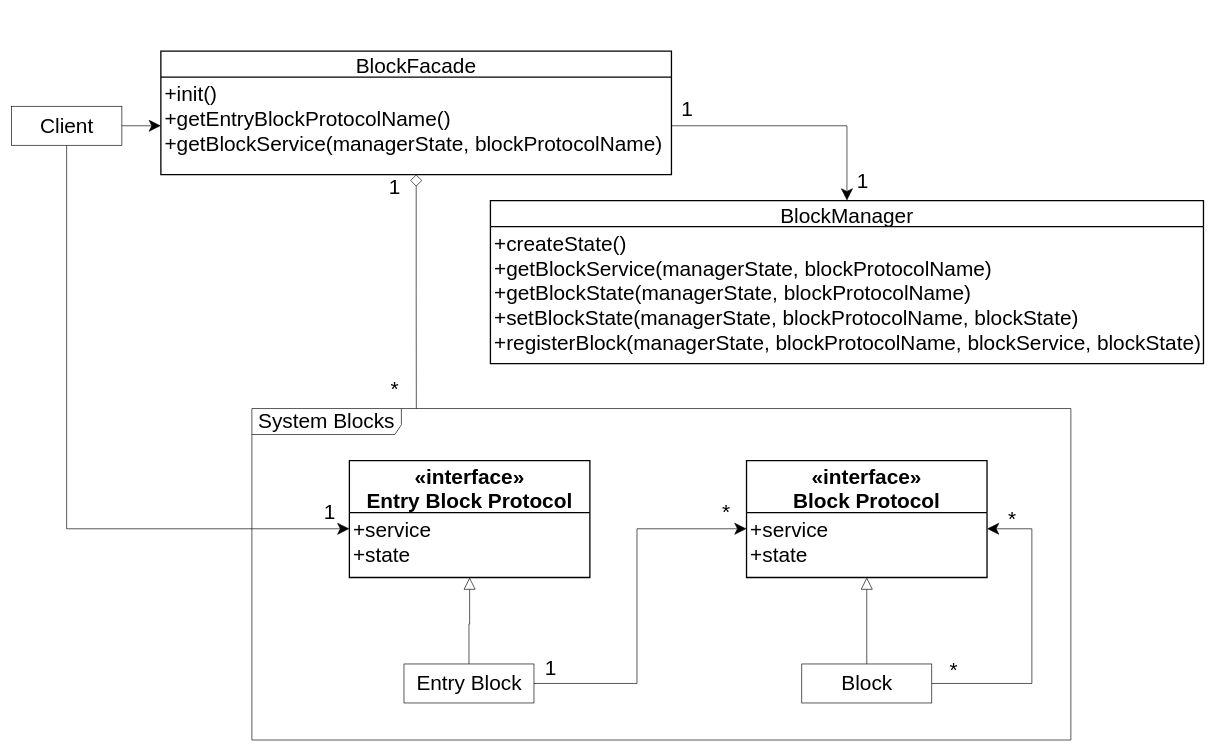
The draw.io diagram packages/积木模式/role_abstract/UML.drawio in yyc-git/3DProgramPattern, before the edit. Source tidied: cells renumbered, new cells numbered last; positions are measured from the earlier drawing's top-left corner, leaving out a move shared by most shapes. Both pictures are drawn from the tidied source at 65%, with x=0, y=0 at pixel (11, 51).
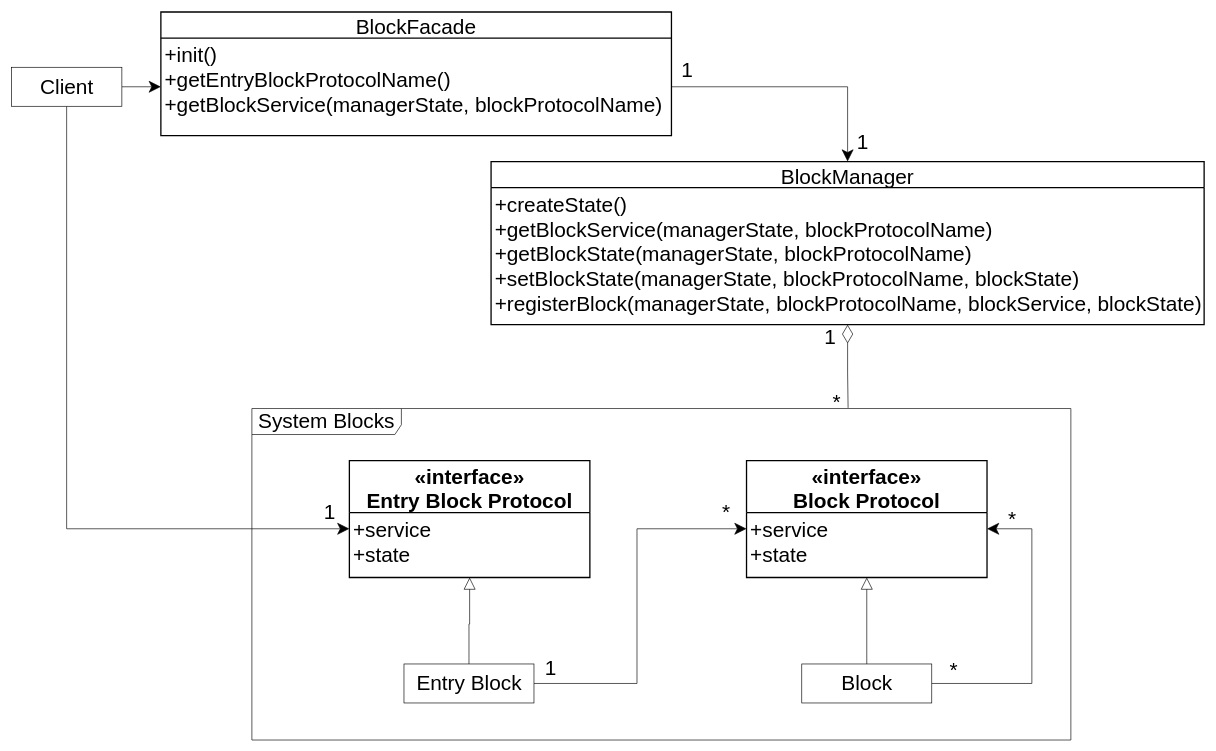
The same page after the edit.

The change refers to these unchanged cells:
```xml
<mxCell id="2" value="&lt;font style=&quot;font-size: 32px&quot;&gt;System Blocks&lt;/font&gt;" style="shape=umlFrame;whiteSpace=wrap;html=1;width=230;height=40;fontSize=32;" parent="1" vertex="1">
  <mxGeometry x="370" y="550" width="1260" height="510" as="geometry" />
</mxCell>
<mxCell id="10" value="+createState()&#10;+getBlockService(managerState, blockProtocolName)&#10;+getBlockState(managerState, blockProtocolName)&#10;+setBlockState(managerState, blockProtocolName, blockState)&#10;+registerBlock(managerState, blockProtocolName, blockService, blockState)" style="align=left;strokeColor=none;fillColor=none;spacingLeft=4;fontSize=32;verticalAlign=top;" parent="9" vertex="1">
  <mxGeometry y="40" width="1097" height="211" as="geometry" />
</mxCell>
<mxCell id="20" value="+init()&#10;+getEntryBlockProtocolName()&#10;+getBlockService(managerState, blockProtocolName)&#10;" style="align=left;strokeColor=none;fillColor=none;spacingLeft=4;fontSize=32;verticalAlign=top;" parent="19" vertex="1">
  <mxGeometry y="40" width="785.5" height="150" as="geometry" />
</mxCell>
```

The edit, as a diff of the source:
```diff
@@
     <mxCell id="5" value="Client" style="html=1;fontSize=32;" parent="1" vertex="1">
-      <mxGeometry y="85" width="170" height="60" as="geometry" />
+      <mxGeometry y="25" width="170" height="60" as="geometry" />
     </mxCell>
@@
     <mxCell id="9" value="BlockManager" style="swimlane;horizontal=1;startSize=40;rounded=0;fontSize=32;fontStyle=0;strokeWidth=2;shadow=0;dashed=0;align=center;" parent="1" vertex="1">
-      <mxGeometry x="737" y="230" width="1097" height="251" as="geometry" />
+      <mxGeometry x="738" y="170" width="1097" height="251" as="geometry" />
     </mxCell>
@@
     <mxCell id="19" value="BlockFacade" style="swimlane;horizontal=1;startSize=40;rounded=0;fontSize=32;fontStyle=0;strokeWidth=2;shadow=0;dashed=0;align=center;" parent="1" vertex="1">
-      <mxGeometry x="230" width="785.5" height="190" as="geometry" />
+      <mxGeometry x="230" y="-60" width="785.5" height="190" as="geometry" />
     </mxCell>
@@
-    <mxCell id="21" style="edgeStyle=orthogonalEdgeStyle;rounded=0;jettySize=auto;html=1;endSize=26;startSize=16;endArrow=none;endFill=0;startArrow=diamond;startFill=0;" parent="1" edge="1" source="20">
-      <mxGeometry relative="1" as="geometry">
-        <mxPoint x="623" y="550" as="targetPoint" />
-      </mxGeometry>
+    <mxCell id="21" style="edgeStyle=orthogonalEdgeStyle;rounded=0;jettySize=auto;html=1;endSize=26;startSize=26;endArrow=none;endFill=0;startArrow=diamondThin;startFill=0;exitX=0.5;exitY=1;exitDx=0;exitDy=0;entryX=0.728;entryY=-0.002;entryDx=0;entryDy=0;entryPerimeter=0;" parent="1" edge="1" source="10" target="2">
+      <mxGeometry relative="1" as="geometry" />
     </mxCell>
     <mxCell id="22" value="&lt;font style=&quot;font-size: 32px&quot;&gt;1&lt;/font&gt;" style="text;html=1;strokeColor=none;fillColor=none;align=center;verticalAlign=middle;whiteSpace=wrap;rounded=0;" parent="1" vertex="1">
-      <mxGeometry x="570" y="200" width="40" height="20" as="geometry" />
+      <mxGeometry x="1240" y="430" width="40" height="20" as="geometry" />
     </mxCell>
     <mxCell id="23" value="&lt;font style=&quot;font-size: 32px&quot;&gt;*&lt;/font&gt;" style="text;html=1;strokeColor=none;fillColor=none;align=center;verticalAlign=middle;whiteSpace=wrap;rounded=0;" parent="1" vertex="1">
-      <mxGeometry x="570" y="510" width="40" height="20" as="geometry" />
+      <mxGeometry x="1250" y="530" width="40" height="20" as="geometry" />
     </mxCell>
     <mxCell id="24" value="&lt;font style=&quot;font-size: 32px&quot;&gt;1&lt;/font&gt;" style="text;html=1;strokeColor=none;fillColor=none;align=center;verticalAlign=middle;whiteSpace=wrap;rounded=0;" parent="1" vertex="1">
-      <mxGeometry x="1020" y="80" width="40" height="20" as="geometry" />
+      <mxGeometry x="1020" y="20" width="40" height="20" as="geometry" />
     </mxCell>
     <mxCell id="25" value="&lt;font style=&quot;font-size: 32px&quot;&gt;1&lt;/font&gt;" style="text;html=1;strokeColor=none;fillColor=none;align=center;verticalAlign=middle;whiteSpace=wrap;rounded=0;" parent="1" vertex="1">
-      <mxGeometry x="1290" y="190" width="40" height="20" as="geometry" />
+      <mxGeometry x="1290" y="130" width="40" height="20" as="geometry" />
     </mxCell>
```
